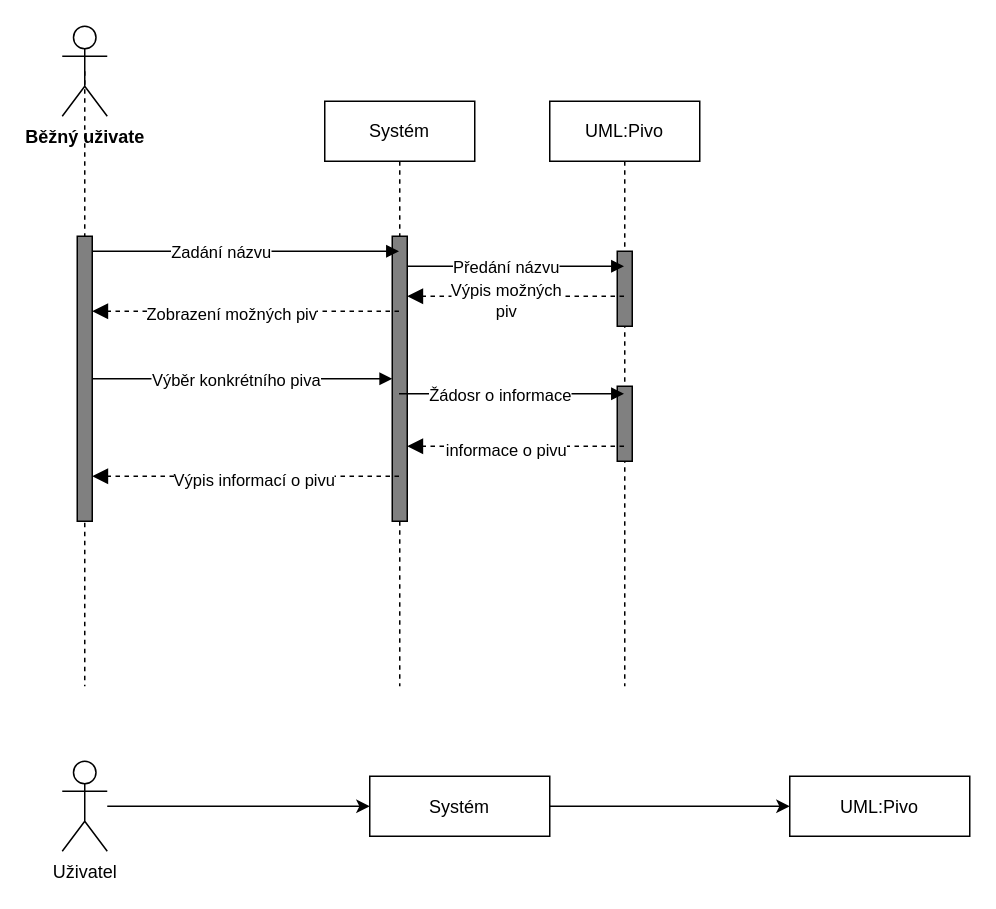
This is page "Vyhledání piv" (5 of 12) of IUS/IUS_projekt/Sequence.drawio from dan1235689/Diagrams, a draw.io file, before an edit. Source tidied: cells renumbered, new cells numbered last; positions are measured from the earlier drawing's top-left corner, leaving out a move shared by most shapes. Both pictures are drawn from the tidied source at 150%, with x=0, y=0 at pixel (62, 26).
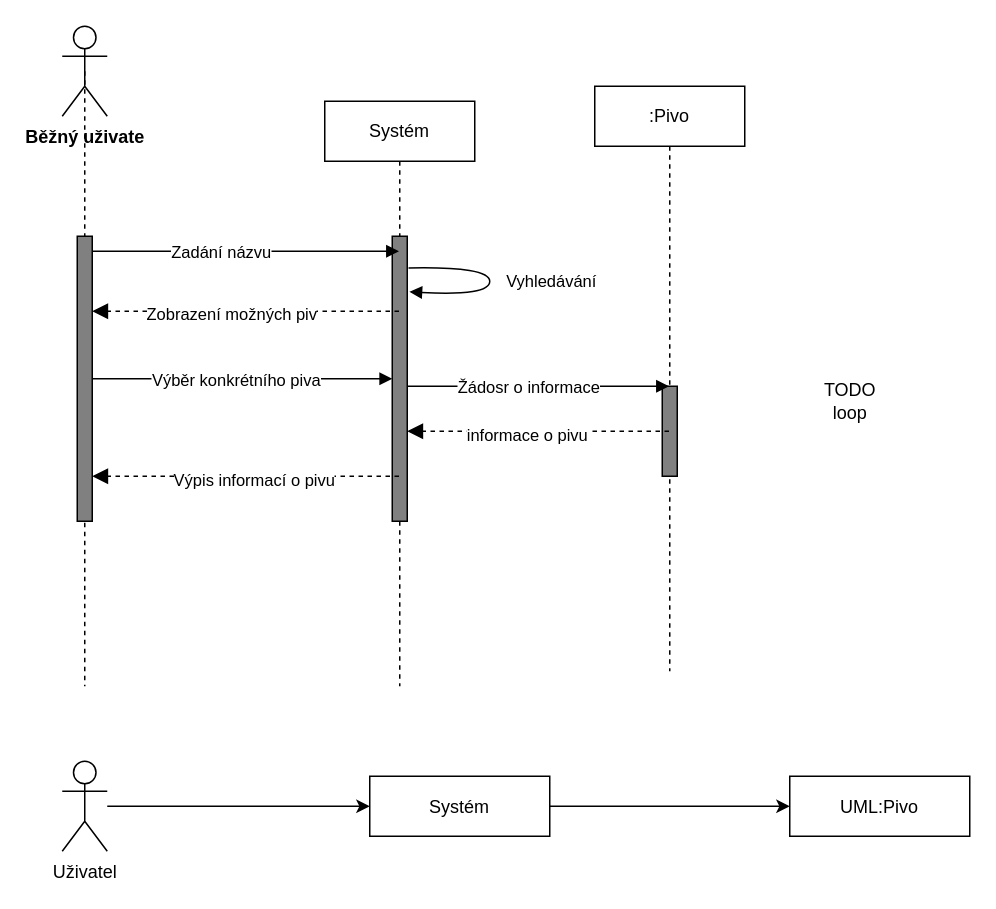
The same page after the edit.

Unchanged cells that the change refers to:
```xml
<mxCell id="2" value="Systém" style="shape=umlLifeline;perimeter=lifelinePerimeter;whiteSpace=wrap;html=1;outlineConnect=0;" parent="1" vertex="1">
  <mxGeometry x="175" y="50" width="100" height="390" as="geometry" />
</mxCell>
<mxCell id="3" style="html=1;points=[];perimeter=orthogonalPerimeter;fillColor=#808080;" parent="2" vertex="1">
  <mxGeometry x="45" y="90" width="10" height="190" as="geometry" />
</mxCell>
```

The edit, as a diff of the source:
```diff
@@
+    <mxCell id="19" style="edgeStyle=none;html=1;endArrow=block;endFill=1;entryX=1.14;entryY=0.195;entryDx=0;entryDy=0;entryPerimeter=0;curved=1;exitX=1.087;exitY=0.111;exitDx=0;exitDy=0;exitPerimeter=0;" parent="2" edge="1" source="3" target="3">
+      <mxGeometry relative="1" as="geometry">
+        <Array as="points">
+          <mxPoint x="110" y="110" />
+          <mxPoint x="110" y="130" />
+        </Array>
+      </mxGeometry>
+    </mxCell>
+    <mxCell id="20" value="Vyhledávání" style="edgeLabel;html=1;align=center;verticalAlign=middle;" parent="19" vertex="1">
+      <mxGeometry x="0.14" y="-1" relative="1" as="geometry">
+        <mxPoint x="41" y="-9" as="offset" />
+      </mxGeometry>
+    </mxCell>
@@
-    <mxCell id="16" value="UML:Pivo" style="shape=umlLifeline;perimeter=lifelinePerimeter;whiteSpace=wrap;html=1;outlineConnect=0;" parent="1" vertex="1">
-      <mxGeometry x="325" y="50" width="100" height="390" as="geometry" />
+    <mxCell id="16" value=":Pivo" style="shape=umlLifeline;perimeter=lifelinePerimeter;whiteSpace=wrap;html=1;outlineConnect=0;" parent="1" vertex="1">
+      <mxGeometry x="355" y="40" width="100" height="390" as="geometry" />
     </mxCell>
-    <mxCell id="17" style="html=1;perimeter=orthogonalPerimeter;fillColor=#808080;" parent="16" vertex="1">
-      <mxGeometry x="45" y="100" width="10" height="50" as="geometry" />
-    </mxCell>
     <mxCell id="18" style="html=1;perimeter=orthogonalPerimeter;fillColor=#808080;" parent="16" vertex="1">
-      <mxGeometry x="45" y="190" width="10" height="50" as="geometry" />
+      <mxGeometry x="45" y="200" width="10" height="60" as="geometry" />
     </mxCell>
-    <mxCell id="19" style="edgeStyle=none;html=1;endArrow=block;endFill=1;" parent="1" edge="1" source="3" target="16">
-      <mxGeometry relative="1" as="geometry">
-        <Array as="points">
-          <mxPoint x="305" y="160" />
-        </Array>
-      </mxGeometry>
-    </mxCell>
-    <mxCell id="20" value="Předání názvu" style="edgeLabel;html=1;align=center;verticalAlign=middle;" parent="19" vertex="1">
-      <mxGeometry x="0.14" y="-1" relative="1" as="geometry">
-        <mxPoint x="-17" y="-1" as="offset" />
-      </mxGeometry>
-    </mxCell>
-    <mxCell id="21" style="endArrow=block;startArrow=none;endFill=1;startFill=0;endSize=8;html=1;verticalAlign=bottom;dashed=1;labelBackgroundColor=none;" parent="1" edge="1" source="16" target="3">
-      <mxGeometry relative="1" as="geometry">
-        <Array as="points">
-          <mxPoint x="305" y="180" />
-        </Array>
-      </mxGeometry>
-    </mxCell>
-    <mxCell id="22" value="Výpis možných&lt;br&gt;piv" style="edgeLabel;html=1;align=center;verticalAlign=middle;" parent="21" vertex="1">
-      <mxGeometry x="0.13" y="2" relative="1" as="geometry">
-        <mxPoint x="3" as="offset" />
-      </mxGeometry>
-    </mxCell>
-    <mxCell id="23" style="edgeStyle=none;html=1;endArrow=block;endFill=1;" parent="1" edge="1" source="2" target="16">
-      <mxGeometry relative="1" as="geometry" />
+    <mxCell id="23" style="edgeStyle=none;html=1;endArrow=block;endFill=1;" parent="1" edge="1" source="3" target="16">
+      <mxGeometry relative="1" as="geometry">
+        <Array as="points">
+          <mxPoint x="315" y="240" />
+        </Array>
+      </mxGeometry>
     </mxCell>
@@
     <mxCell id="25" style="endArrow=block;startArrow=none;endFill=1;startFill=0;endSize=8;html=1;verticalAlign=bottom;dashed=1;labelBackgroundColor=none;" parent="1" edge="1" source="16" target="3">
       <mxGeometry relative="1" as="geometry">
         <Array as="points">
-          <mxPoint x="315" y="280" />
+          <mxPoint x="405" y="270" />
         </Array>
       </mxGeometry>
     </mxCell>
@@
+    <mxCell id="32" value="TODO&lt;br&gt;loop" style="text;html=1;align=center;verticalAlign=middle;strokeColor=none;fillColor=none;" parent="1" vertex="1">
+      <mxGeometry x="495" y="230" width="60" height="40" as="geometry" />
+    </mxCell>
```
